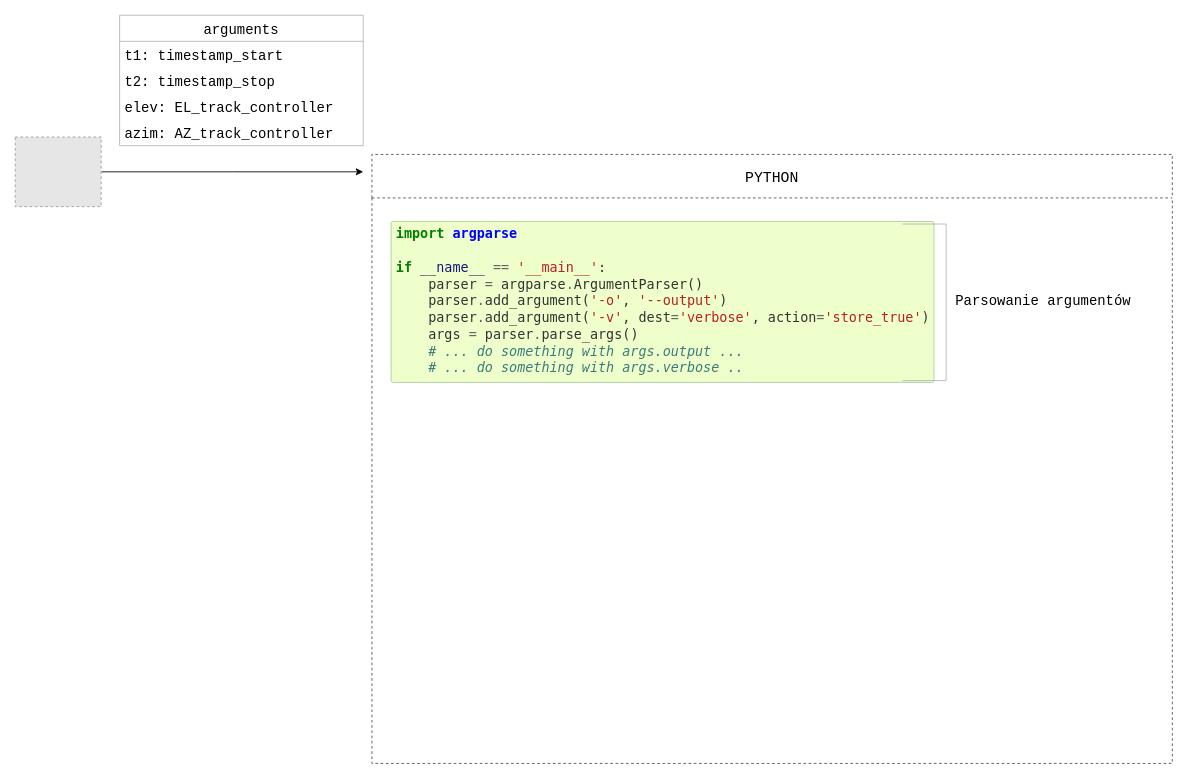
The draw.io diagram Graphs/ReaperPython.drawio in odwrocsie/magisterka, before the edit. Source tidied: cells renumbered, new cells numbered last; positions are measured from the earlier drawing's top-left corner, leaving out a move shared by most shapes. Both pictures are drawn from the tidied source at 87%, with x=0, y=0 at pixel (15, 15). Pictures stored in the file or linked from it are replaced by grey dashed boxes.
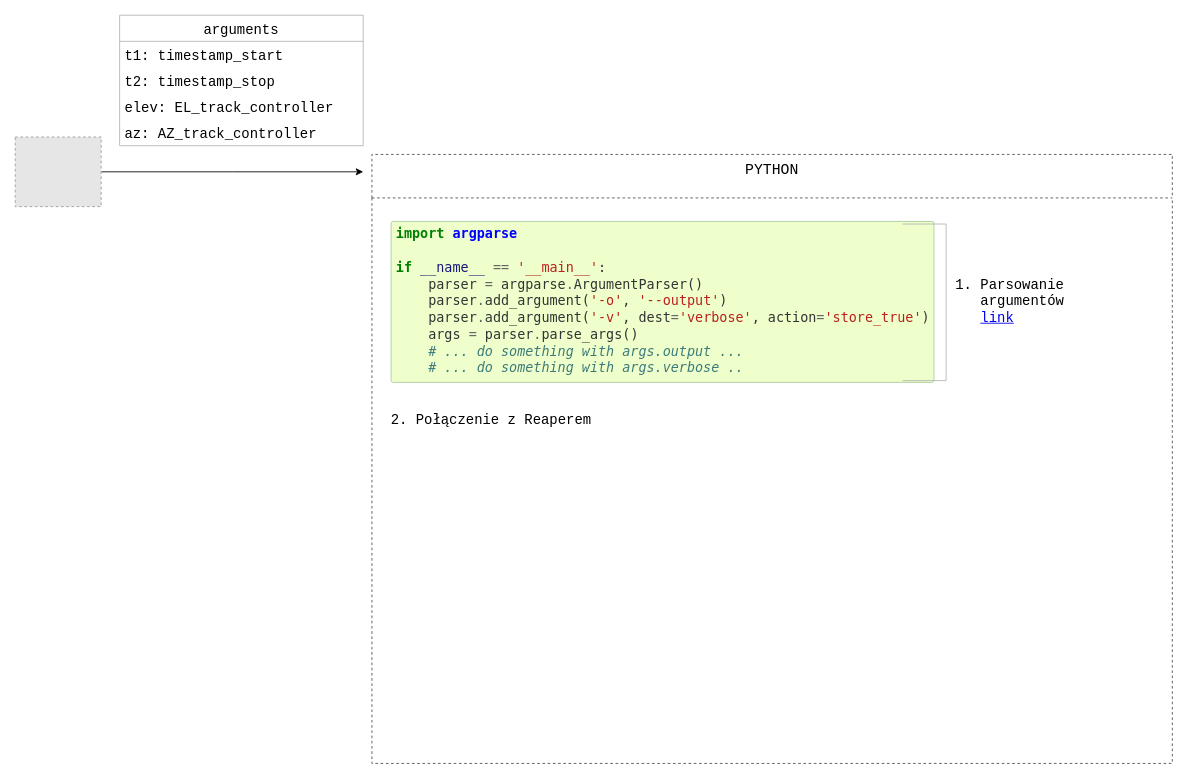
Above is the later version.

The edit, as a diff of the source:
```diff
@@
 <mxGraphModel>
   <root>
     <mxCell id="0" />
     <mxCell id="1" parent="0" />
     <mxCell id="2" style="edgeStyle=orthogonalEdgeStyle;rounded=0;jettySize=auto;html=1;fontFamily=Courier New;fontSize=17;" parent="1" edge="1" source="3">
       <mxGeometry relative="1" as="geometry">
         <mxPoint x="400" y="180" as="targetPoint" />
       </mxGeometry>
     </mxCell>
     <mxCell id="3" style="fillColor=#E6E6E6;strokeColor=#999999;dashed=1;verticalLabelPosition=bottom;labelBackgroundColor=default;verticalAlign=top;" parent="1" vertex="1">
       <mxGeometry y="140" width="98.8" height="80" as="geometry" />
     </mxCell>
-    <mxCell id="4" value="PYTHON" style="swimlane;dashed=1;strokeColor=#4D4D4D;fillColor=none;startSize=50;fontSize=17;fontFamily=Courier New;fontStyle=0;" parent="1" vertex="1">
+    <mxCell id="4" value="PYTHON" style="swimlane;dashed=1;strokeColor=#4D4D4D;fillColor=none;startSize=50;fontSize=17;fontFamily=Courier New;fontStyle=0;verticalAlign=top;" parent="1" vertex="1">
       <mxGeometry x="410" y="160" width="920" height="700" as="geometry" />
     </mxCell>
     <mxCell id="5" value="&lt;pre style=&quot;overflow: auto hidden ; clear: both ; padding: 5px ; background-color: rgb(238 , 255 , 204) ; color: rgb(51 , 51 , 51) ; line-height: 19.3px ; border: 1px solid rgb(170 , 204 , 153) ; font-family: &amp;#34;monospace&amp;#34; , monospace ; font-size: 15.44px ; margin: 0px ; border-radius: 3px ; font-style: normal ; font-weight: 400 ; letter-spacing: normal ; text-indent: 0px ; text-transform: none ; word-spacing: 0px&quot;&gt;&lt;span class=&quot;kn&quot; style=&quot;color: rgb(0 , 128 , 0) ; font-weight: bold&quot;&gt;import&lt;/span&gt; &lt;span class=&quot;nn&quot; style=&quot;color: rgb(0 , 0 , 255) ; font-weight: bold&quot;&gt;argparse&lt;/span&gt;&lt;br&gt;&lt;span class=&quot;k&quot; style=&quot;color: rgb(0 , 128 , 0) ; font-weight: bold&quot;&gt;&lt;br/&gt;if&lt;/span&gt; &lt;span class=&quot;vm&quot; style=&quot;color: rgb(25 , 23 , 124)&quot;&gt;__name__&lt;/span&gt; &lt;span class=&quot;o&quot; style=&quot;color: rgb(102 , 102 , 102)&quot;&gt;==&lt;/span&gt; &lt;span class=&quot;s1&quot; style=&quot;color: rgb(186 , 33 , 33)&quot;&gt;'__main__'&lt;/span&gt;&lt;span class=&quot;p&quot;&gt;:&lt;/span&gt;&lt;br&gt;    &lt;span class=&quot;n&quot;&gt;parser&lt;/span&gt; &lt;span class=&quot;o&quot; style=&quot;color: rgb(102 , 102 , 102)&quot;&gt;=&lt;/span&gt; &lt;span class=&quot;n&quot;&gt;argparse&lt;/span&gt;&lt;span class=&quot;o&quot; style=&quot;color: rgb(102 , 102 , 102)&quot;&gt;.&lt;/span&gt;&lt;span class=&quot;n&quot;&gt;ArgumentParser&lt;/span&gt;&lt;span class=&quot;p&quot;&gt;()&lt;/span&gt;&lt;br&gt;    &lt;span class=&quot;n&quot;&gt;parser&lt;/span&gt;&lt;span class=&quot;o&quot; style=&quot;color: rgb(102 , 102 , 102)&quot;&gt;.&lt;/span&gt;&lt;span class=&quot;n&quot;&gt;add_argument&lt;/span&gt;&lt;span class=&quot;p&quot;&gt;(&lt;/span&gt;&lt;span class=&quot;s1&quot; style=&quot;color: rgb(186 , 33 , 33)&quot;&gt;'-o'&lt;/span&gt;&lt;span class=&quot;p&quot;&gt;,&lt;/span&gt; &lt;span class=&quot;s1&quot; style=&quot;color: rgb(186 , 33 , 33)&quot;&gt;'--output'&lt;/span&gt;&lt;span class=&quot;p&quot;&gt;)&lt;/span&gt;&lt;br&gt;    &lt;span class=&quot;n&quot;&gt;parser&lt;/span&gt;&lt;span class=&quot;o&quot; style=&quot;color: rgb(102 , 102 , 102)&quot;&gt;.&lt;/span&gt;&lt;span class=&quot;n&quot;&gt;add_argument&lt;/span&gt;&lt;span class=&quot;p&quot;&gt;(&lt;/span&gt;&lt;span class=&quot;s1&quot; style=&quot;color: rgb(186 , 33 , 33)&quot;&gt;'-v'&lt;/span&gt;&lt;span class=&quot;p&quot;&gt;,&lt;/span&gt; &lt;span class=&quot;n&quot;&gt;dest&lt;/span&gt;&lt;span class=&quot;o&quot; style=&quot;color: rgb(102 , 102 , 102)&quot;&gt;=&lt;/span&gt;&lt;span class=&quot;s1&quot; style=&quot;color: rgb(186 , 33 , 33)&quot;&gt;'verbose'&lt;/span&gt;&lt;span class=&quot;p&quot;&gt;,&lt;/span&gt; &lt;span class=&quot;n&quot;&gt;action&lt;/span&gt;&lt;span class=&quot;o&quot; style=&quot;color: rgb(102 , 102 , 102)&quot;&gt;=&lt;/span&gt;&lt;span class=&quot;s1&quot; style=&quot;color: rgb(186 , 33 , 33)&quot;&gt;'store_true'&lt;/span&gt;&lt;span class=&quot;p&quot;&gt;)&lt;/span&gt;&lt;br&gt;    &lt;span class=&quot;n&quot;&gt;args&lt;/span&gt; &lt;span class=&quot;o&quot; style=&quot;color: rgb(102 , 102 , 102)&quot;&gt;=&lt;/span&gt; &lt;span class=&quot;n&quot;&gt;parser&lt;/span&gt;&lt;span class=&quot;o&quot; style=&quot;color: rgb(102 , 102 , 102)&quot;&gt;.&lt;/span&gt;&lt;span class=&quot;n&quot;&gt;parse_args&lt;/span&gt;&lt;span class=&quot;p&quot;&gt;()&lt;/span&gt;&lt;br&gt;    &lt;span class=&quot;c1&quot; style=&quot;color: rgb(61 , 123 , 123) ; font-style: italic&quot;&gt;# ... do something with args.output ...&lt;/span&gt;&lt;br&gt;    &lt;span class=&quot;c1&quot; style=&quot;color: rgb(61 , 123 , 123) ; font-style: italic&quot;&gt;# ... do something with args.verbose ..&lt;/span&gt;&lt;/pre&gt;" style="text;whiteSpace=wrap;html=1;fontSize=12;fontFamily=Courier New;" parent="4" vertex="1">
       <mxGeometry x="20" y="70" width="550" height="220" as="geometry" />
     </mxCell>
-    <mxCell id="6" value="Parsowanie argumentów" style="strokeWidth=1;html=1;shape=mxgraph.flowchart.annotation_1;align=left;shadow=0;labelBorderColor=none;fontFamily=Courier New;fontSize=16;fillColor=none;direction=west;strokeColor=#B3B3B3;fontColor=default;verticalAlign=middle;spacing=61;" parent="4" vertex="1">
+    <mxCell id="6" value="&lt;p style=&quot;line-height: 1.2&quot;&gt;&lt;/p&gt;&lt;div&gt;&lt;span&gt;1. Parsowanie &lt;br&gt;&amp;nbsp; &amp;nbsp;argumentów&lt;/span&gt;&lt;/div&gt;&amp;nbsp; &amp;nbsp;&lt;a href=&quot;https://docs.python.org/3/library/argparse.html#module-argparse&quot;&gt;link&lt;/a&gt;&lt;p&gt;&lt;/p&gt;" style="strokeWidth=1;html=1;shape=mxgraph.flowchart.annotation_1;align=left;shadow=0;labelBorderColor=none;fontFamily=Courier New;fontSize=16;fillColor=none;direction=west;strokeColor=#B3B3B3;fontColor=default;verticalAlign=middle;spacing=61;" parent="4" vertex="1">
       <mxGeometry x="610" y="80" width="50" height="180" as="geometry" />
     </mxCell>
+    <mxCell id="12" value="2. Połączenie z Reaperem" style="text;html=1;strokeColor=none;fillColor=none;align=left;verticalAlign=top;whiteSpace=wrap;rounded=0;shadow=0;labelBorderColor=none;fontFamily=Courier New;fontSize=16;fontColor=default;" parent="4" vertex="1">
+      <mxGeometry x="20" y="290" width="680" height="100" as="geometry" />
+    </mxCell>
     <mxCell id="7" value="arguments" style="swimlane;fontStyle=0;horizontal=1;startSize=30;shadow=0;labelBorderColor=none;fontFamily=Courier New;fontSize=16;fontColor=default;strokeColor=#B3B3B3;strokeWidth=1;fillColor=none;" parent="1" vertex="1">
       <mxGeometry x="120" width="280" height="150" as="geometry" />
     </mxCell>
     <mxCell id="8" value="t1: timestamp_start" style="text;strokeColor=none;fillColor=none;align=left;verticalAlign=middle;spacingLeft=4;spacingRight=4;overflow=hidden;shadow=0;labelBorderColor=none;fontFamily=Courier New;fontSize=16;fontColor=default;" parent="7" vertex="1">
       <mxGeometry y="30" width="280" height="30" as="geometry" />
     </mxCell>
     <mxCell id="9" value="t2: timestamp_stop" style="text;strokeColor=none;fillColor=none;align=left;verticalAlign=middle;spacingLeft=4;spacingRight=4;overflow=hidden;shadow=0;labelBorderColor=none;fontFamily=Courier New;fontSize=16;fontColor=default;" parent="7" vertex="1">
       <mxGeometry y="60" width="280" height="30" as="geometry" />
     </mxCell>
     <mxCell id="10" value="elev: EL_track_controller" style="text;strokeColor=none;fillColor=none;align=left;verticalAlign=middle;spacingLeft=4;spacingRight=4;overflow=hidden;shadow=0;labelBorderColor=none;fontFamily=Courier New;fontSize=16;fontColor=default;" parent="7" vertex="1">
       <mxGeometry y="90" width="280" height="30" as="geometry" />
     </mxCell>
-    <mxCell id="11" value="azim: AZ_track_controller" style="text;strokeColor=none;fillColor=none;align=left;verticalAlign=middle;spacingLeft=4;spacingRight=4;overflow=hidden;shadow=0;labelBorderColor=none;fontFamily=Courier New;fontSize=16;fontColor=default;" parent="7" vertex="1">
+    <mxCell id="11" value="az: AZ_track_controller" style="text;strokeColor=none;fillColor=none;align=left;verticalAlign=middle;spacingLeft=4;spacingRight=4;overflow=hidden;shadow=0;labelBorderColor=none;fontFamily=Courier New;fontSize=16;fontColor=default;" parent="7" vertex="1">
       <mxGeometry y="120" width="280" height="30" as="geometry" />
     </mxCell>
   </root>
 </mxGraphModel>
```
